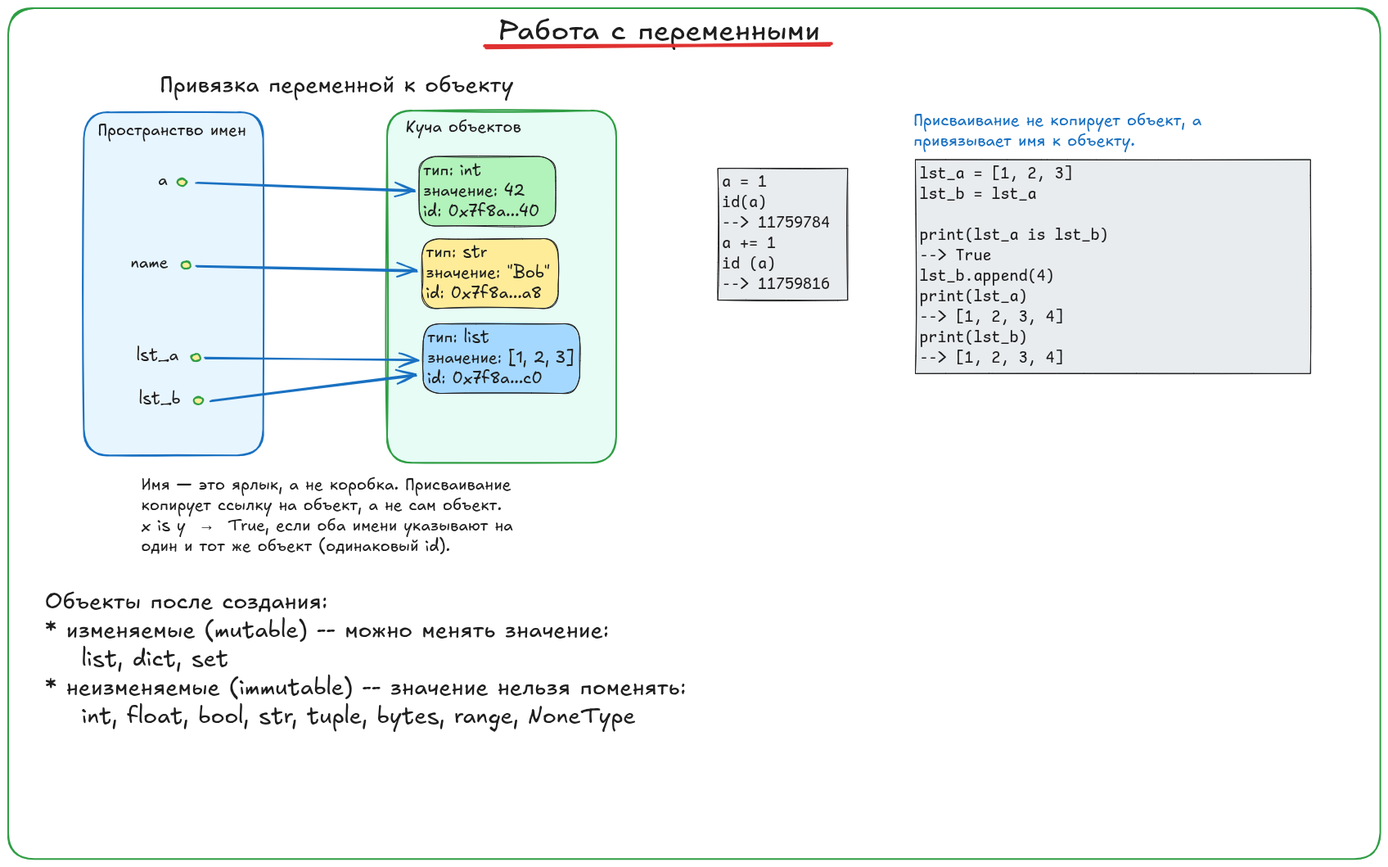
Before: presentations/python-intro/excalidraw/python04.excalidraw.png, a diagram exported from Excalidraw (wolodyx/mlintro). Source tidied: one line per element, renumbered; positions are measured from the earlier drawing's top-left corner, leaving out a move shared by most shapes.
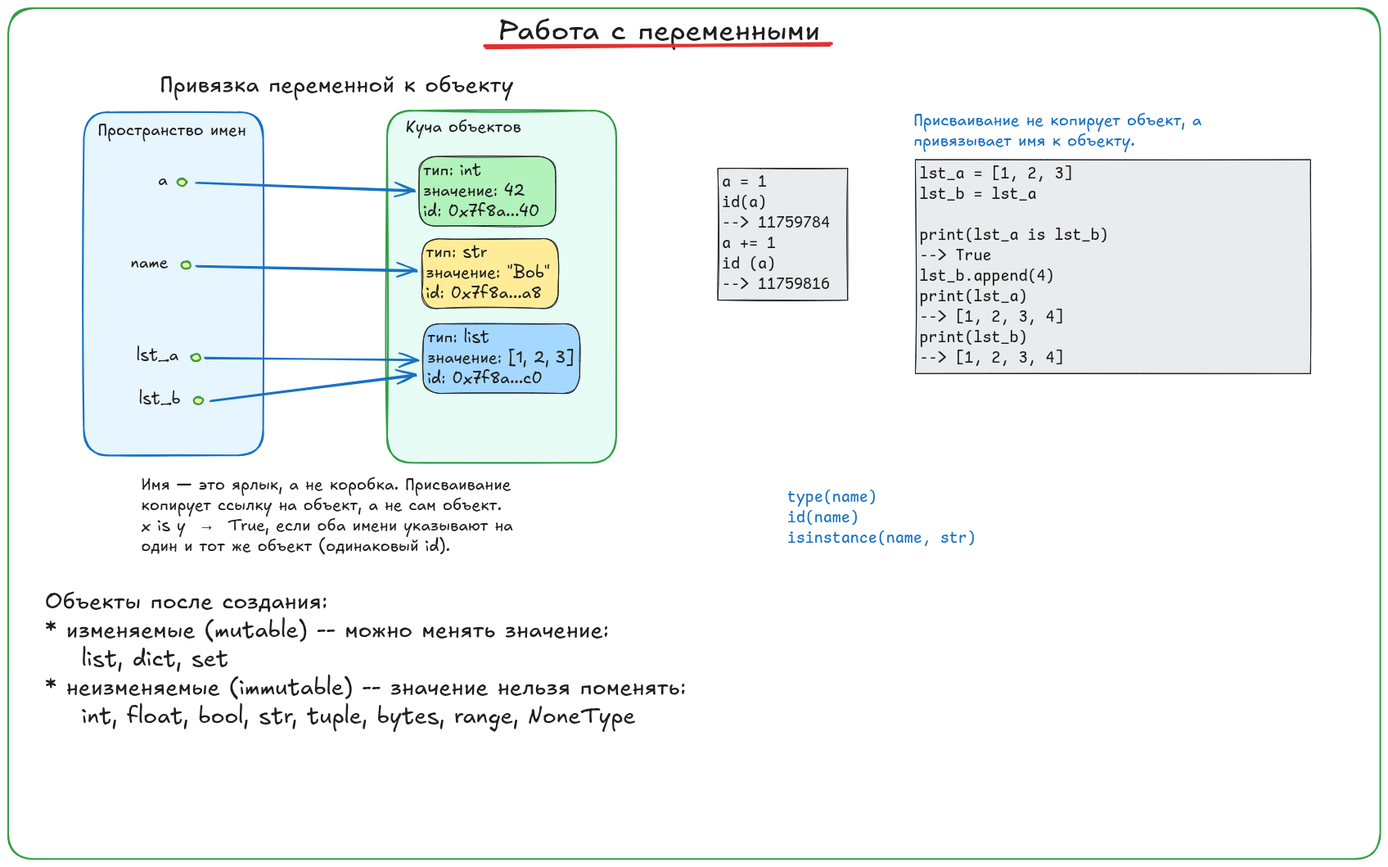
Above is the later version.

Diff of the diagram source:
```diff
@@ -31,3 +31,4 @@
 {"id": 30, "type": "arrow", "strokeColor": "#1971c2", "backgroundColor": "#e6fcf5", "fillStyle": "solid", "strokeWidth": 2, "roughness": 1, "endArrowhead": "arrow", "round": true, "from": 15, "to": 25, "x": 231, "y": 316, "width": 268, "height": 5, "points": [[0, 0], [268, 5]]}
 {"id": 31, "type": "arrow", "strokeColor": "#1971c2", "backgroundColor": "#e6fcf5", "fillStyle": "solid", "strokeWidth": 2, "roughness": 1, "endArrowhead": "arrow", "round": true, "from": 17, "to": 27, "x": 240, "y": 428, "width": 260, "height": 2, "points": [[0, 0], [260, 2]]}
 {"id": 32, "type": "arrow", "strokeColor": "#1971c2", "backgroundColor": "#e9ecef", "fillStyle": "solid", "strokeWidth": 2, "roughness": 1, "endArrowhead": "arrow", "round": true, "from": 19, "to": 27, "x": 248, "y": 480, "width": 250, "height": 32, "points": [[0, 0], [250, -32]]}
+{"id": 33, "type": "text", "text": "type(name)\nid(name)\nisinstance(name, str)", "strokeColor": "#1971c2", "backgroundColor": "#e9ecef", "fillStyle": "solid", "strokeWidth": 2, "roughness": 1, "fontSize": 20, "fontFamily": 8, "x": 952, "y": 585, "width": 231, "height": 75}
```
